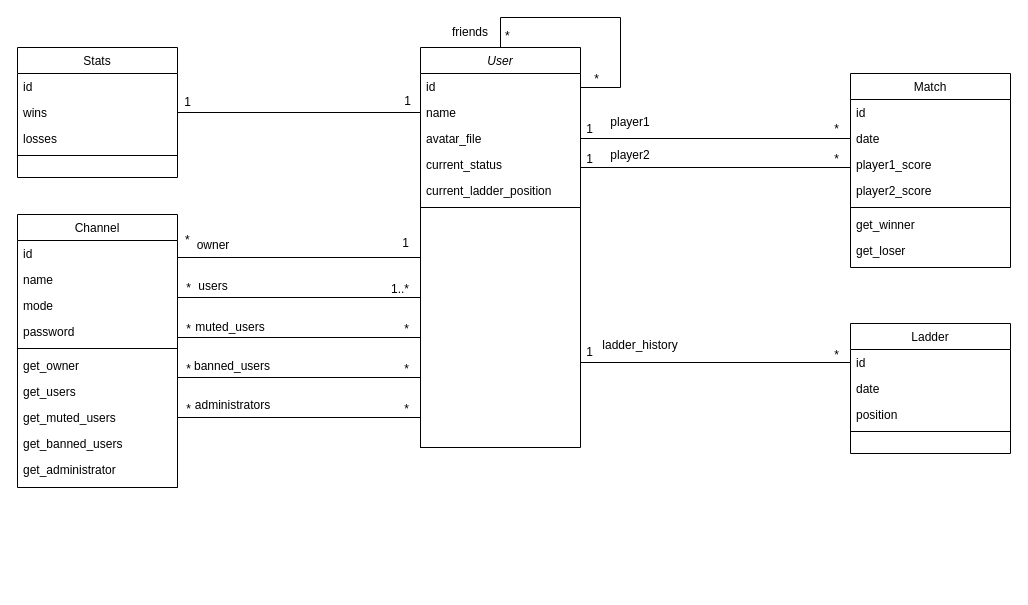
This is doc/datamodel.drawio from transcendence-42/ft_transcendence, a draw.io file, before an edit. Source tidied: cells renumbered, new cells numbered last; positions are measured from the earlier drawing's top-left corner, leaving out a move shared by most shapes. Both pictures are drawn from the tidied source at 100%, with x=0, y=0 at pixel (17, 17).
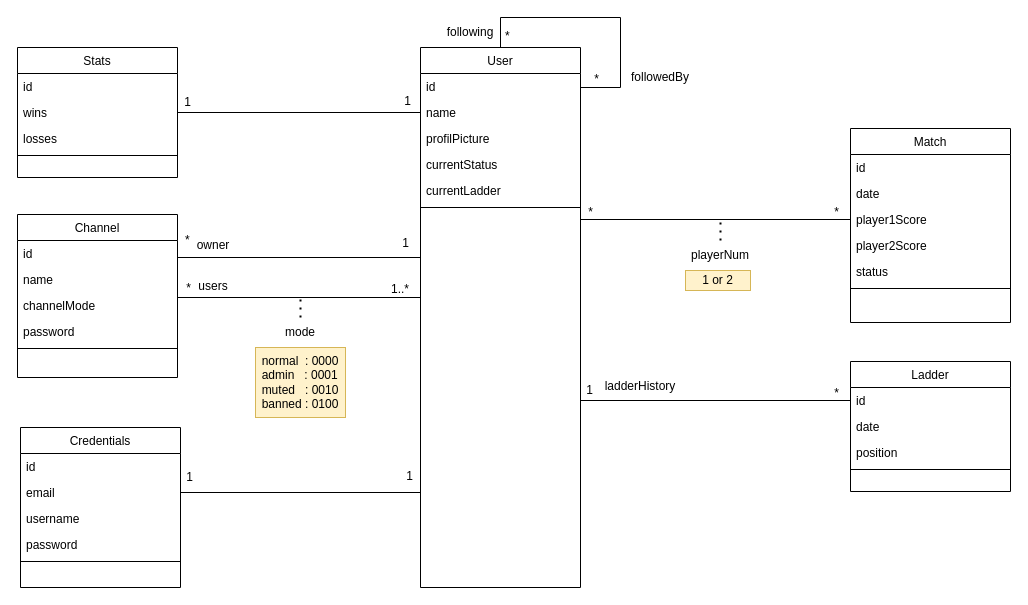
The same diagram, later.

Unchanged cells that the change refers to:
```xml
<mxCell id="4" value="name" style="text;align=left;verticalAlign=top;spacingLeft=4;spacingRight=4;overflow=hidden;points=[[0,0.5],[1,0.5]];portConstraint=eastwest;rounded=0;shadow=0;html=0;" parent="2" vertex="1">
  <mxGeometry y="52" width="160" height="26" as="geometry" />
</mxCell>
<mxCell id="14" value="wins" style="text;align=left;verticalAlign=top;spacingLeft=4;spacingRight=4;overflow=hidden;points=[[0,0.5],[1,0.5]];portConstraint=eastwest;rounded=0;shadow=0;html=0;" parent="12" vertex="1">
  <mxGeometry y="52" width="160" height="26" as="geometry" />
</mxCell>
<mxCell id="19" value="id" style="text;align=left;verticalAlign=top;spacingLeft=4;spacingRight=4;overflow=hidden;points=[[0,0.5],[1,0.5]];portConstraint=eastwest;" parent="18" vertex="1">
  <mxGeometry y="26" width="160" height="26" as="geometry" />
</mxCell>
<mxCell id="50" value="password" style="text;align=left;verticalAlign=top;spacingLeft=4;spacingRight=4;overflow=hidden;points=[[0,0.5],[1,0.5]];portConstraint=eastwest;rounded=0;shadow=0;html=0;" parent="46" vertex="1">
  <mxGeometry y="104" width="160" height="26" as="geometry" />
</mxCell>
```

Change to the diagram source:
```diff
@@
-    <mxCell id="2" value="User" style="swimlane;fontStyle=2;align=center;verticalAlign=top;horizontal=1;startSize=26;rounded=0;shadow=0;strokeWidth=1;" parent="1" vertex="1">
-      <mxGeometry x="403" y="30" width="160" height="400" as="geometry" />
+    <mxCell id="2" value="User" style="swimlane;fontStyle=0;align=center;verticalAlign=top;horizontal=1;startSize=26;rounded=0;shadow=0;strokeWidth=1;" parent="1" vertex="1">
+      <mxGeometry x="403" y="30" width="160" height="540" as="geometry" />
     </mxCell>
@@
-    <mxCell id="5" value="avatar_file" style="text;align=left;verticalAlign=top;spacingLeft=4;spacingRight=4;overflow=hidden;points=[[0,0.5],[1,0.5]];portConstraint=eastwest;rounded=0;shadow=0;html=0;" parent="2" vertex="1">
+    <mxCell id="5" value="profilPicture" style="text;align=left;verticalAlign=top;spacingLeft=4;spacingRight=4;overflow=hidden;points=[[0,0.5],[1,0.5]];portConstraint=eastwest;rounded=0;shadow=0;html=0;" parent="2" vertex="1">
       <mxGeometry y="78" width="160" height="26" as="geometry" />
     </mxCell>
-    <mxCell id="6" value="current_status" style="text;align=left;verticalAlign=top;spacingLeft=4;spacingRight=4;overflow=hidden;rounded=0;shadow=0;html=0;" parent="2" vertex="1">
+    <mxCell id="6" value="currentStatus" style="text;align=left;verticalAlign=top;spacingLeft=4;spacingRight=4;overflow=hidden;rounded=0;shadow=0;html=0;" parent="2" vertex="1">
       <mxGeometry y="104" width="160" height="26" as="geometry" />
     </mxCell>
-    <mxCell id="7" value="current_ladder_position" style="text;align=left;verticalAlign=top;spacingLeft=4;spacingRight=4;overflow=hidden;points=[[0,0.5],[1,0.5]];portConstraint=eastwest;rounded=0;shadow=0;html=0;" parent="2" vertex="1">
+    <mxCell id="7" value="currentLadder" style="text;align=left;verticalAlign=top;spacingLeft=4;spacingRight=4;overflow=hidden;points=[[0,0.5],[1,0.5]];portConstraint=eastwest;rounded=0;shadow=0;html=0;" parent="2" vertex="1">
       <mxGeometry y="130" width="160" height="26" as="geometry" />
     </mxCell>
-    <mxCell id="8" style="line;html=1;strokeWidth=1;align=left;verticalAlign=middle;spacingTop=-1;spacingLeft=3;spacingRight=3;labelPosition=right;" parent="2" vertex="1">
-      <mxGeometry y="156" width="160" height="8" as="geometry" />
-    </mxCell>
@@
+    <mxCell id="8" style="line;html=1;strokeWidth=1;align=left;verticalAlign=middle;spacingTop=-1;spacingLeft=3;spacingRight=3;labelPosition=right;" parent="2" vertex="1">
+      <mxGeometry y="156" width="160" height="8" as="geometry" />
+    </mxCell>
@@
-    <mxCell id="17" value="friends" style="text;html=1;strokeColor=none;fillColor=none;align=center;verticalAlign=middle;whiteSpace=wrap;rounded=0;" parent="1" vertex="1">
+    <mxCell id="17" value="following" style="text;html=1;strokeColor=none;fillColor=none;align=center;verticalAlign=middle;whiteSpace=wrap;rounded=0;" parent="1" vertex="1">
       <mxGeometry x="423" width="60" height="30" as="geometry" />
     </mxCell>
     <mxCell id="18" value="Ladder" style="swimlane;fontStyle=0;align=center;verticalAlign=top;horizontal=1;startSize=26;rounded=0;shadow=0;strokeWidth=1;" parent="1" vertex="1">
-      <mxGeometry x="833" y="306" width="160" height="130" as="geometry" />
+      <mxGeometry x="833" y="344" width="160" height="130" as="geometry" />
     </mxCell>
@@
-    <mxCell id="23" value="Match" style="swimlane;fontStyle=0;align=center;verticalAlign=top;horizontal=1;startSize=26;rounded=0;shadow=0;strokeWidth=1;" parent="1" vertex="1">
-      <mxGeometry x="833" y="56" width="160" height="194" as="geometry" />
-    </mxCell>
-    <mxCell id="24" value="id" style="text;align=left;verticalAlign=top;spacingLeft=4;spacingRight=4;overflow=hidden;" parent="23" vertex="1">
-      <mxGeometry y="26" width="160" height="26" as="geometry" />
-    </mxCell>
-    <mxCell id="25" value="date" style="text;align=left;verticalAlign=top;spacingLeft=4;spacingRight=4;overflow=hidden;points=[[0,0.5],[1,0.5]];portConstraint=eastwest;" parent="23" vertex="1">
-      <mxGeometry y="52" width="160" height="26" as="geometry" />
-    </mxCell>
-    <mxCell id="26" value="player1_score" style="text;align=left;verticalAlign=top;spacingLeft=4;spacingRight=4;overflow=hidden;rounded=0;shadow=0;html=0;" parent="23" vertex="1">
-      <mxGeometry y="78" width="160" height="26" as="geometry" />
-    </mxCell>
-    <mxCell id="27" value="player2_score" style="text;align=left;verticalAlign=top;spacingLeft=4;spacingRight=4;overflow=hidden;rounded=0;shadow=0;html=0;" parent="23" vertex="1">
-      <mxGeometry y="104" width="160" height="26" as="geometry" />
-    </mxCell>
-    <mxCell id="28" style="line;html=1;strokeWidth=1;align=left;verticalAlign=middle;spacingTop=-1;spacingLeft=3;spacingRight=3;labelPosition=right;" parent="23" vertex="1">
-      <mxGeometry y="130" width="160" height="8" as="geometry" />
-    </mxCell>
-    <mxCell id="29" value="get_winner" style="text;align=left;verticalAlign=top;spacingLeft=4;spacingRight=4;overflow=hidden;rounded=0;shadow=0;html=0;" parent="23" vertex="1">
-      <mxGeometry y="138" width="160" height="26" as="geometry" />
-    </mxCell>
-    <mxCell id="30" value="get_loser" style="text;align=left;verticalAlign=top;spacingLeft=4;spacingRight=4;overflow=hidden;rounded=0;shadow=0;html=0;" parent="23" vertex="1">
-      <mxGeometry y="164" width="160" height="26" as="geometry" />
-    </mxCell>
-    <mxCell id="31" style="endArrow=none;html=1;rounded=0;exitX=1;exitY=0.5;exitDx=0;exitDy=0;" parent="1" edge="1" source="5" target="25">
-      <mxGeometry relative="1" as="geometry" />
-    </mxCell>
-    <mxCell id="32" style="endArrow=none;html=1;rounded=0;entryX=0;entryY=0.75;entryDx=0;entryDy=0;exitX=1;exitY=0.5;exitDx=0;exitDy=0;edgeStyle=orthogonalEdgeStyle;" parent="1" edge="1" source="7" target="23">
-      <mxGeometry relative="1" as="geometry">
-        <Array as="points">
-          <mxPoint x="563" y="150" />
-          <mxPoint x="833" y="150" />
-        </Array>
-      </mxGeometry>
-    </mxCell>
-    <mxCell id="33" value="player1" style="text;html=1;strokeColor=none;fillColor=none;align=center;verticalAlign=middle;whiteSpace=wrap;rounded=0;" parent="1" vertex="1">
-      <mxGeometry x="583" y="90" width="60" height="30" as="geometry" />
-    </mxCell>
-    <mxCell id="34" value="player2" style="text;html=1;strokeColor=none;fillColor=none;align=center;verticalAlign=middle;whiteSpace=wrap;rounded=0;" parent="1" vertex="1">
-      <mxGeometry x="583" y="123" width="60" height="30" as="geometry" />
-    </mxCell>
-    <mxCell id="35" value="*" style="align=right;verticalAlign=bottom;labelBackgroundColor=none;fontSize=12;" parent="1" vertex="1">
-      <mxGeometry x="823" y="120" as="geometry" />
-    </mxCell>
-    <mxCell id="36" value="*" style="align=right;verticalAlign=bottom;labelBackgroundColor=none;fontSize=12;" parent="1" vertex="1">
-      <mxGeometry x="823" y="150" as="geometry" />
-    </mxCell>
-    <mxCell id="37" value="1" style="align=right;verticalAlign=bottom;labelBackgroundColor=none;fontSize=12;" parent="1" vertex="1">
-      <mxGeometry x="577" y="120" as="geometry" />
-    </mxCell>
-    <mxCell id="38" value="1" style="align=right;verticalAlign=bottom;labelBackgroundColor=none;fontSize=12;" parent="1" vertex="1">
-      <mxGeometry x="577" y="150" as="geometry" />
-    </mxCell>
-    <mxCell id="39" style="endArrow=none;html=1;rounded=0;exitX=1;exitY=0.75;exitDx=0;exitDy=0;entryX=0;entryY=0.5;entryDx=0;entryDy=0;edgeStyle=orthogonalEdgeStyle;" parent="1" edge="1" target="19">
+    <mxCell id="39" style="endArrow=none;html=1;rounded=0;entryX=0;entryY=0.5;entryDx=0;entryDy=0;edgeStyle=orthogonalEdgeStyle;exitX=1;exitY=0.5;exitDx=0;exitDy=0;" parent="1" edge="1" source="2" target="19">
       <mxGeometry relative="1" as="geometry">
-        <mxPoint x="563" y="396" as="sourcePoint" />
         <Array as="points">
-          <mxPoint x="563" y="345" />
+          <mxPoint x="563" y="383" />
         </Array>
       </mxGeometry>
     </mxCell>
     <mxCell id="40" value="*" style="align=right;verticalAlign=bottom;labelBackgroundColor=none;fontSize=12;" parent="1" vertex="1">
-      <mxGeometry x="823" y="346" as="geometry" />
+      <mxGeometry x="823" y="384" as="geometry" />
     </mxCell>
     <mxCell id="41" value="1" style="align=right;verticalAlign=bottom;labelBackgroundColor=none;fontSize=12;" parent="1" vertex="1">
-      <mxGeometry x="577" y="343" as="geometry" />
+      <mxGeometry x="577" y="381" as="geometry" />
     </mxCell>
-    <mxCell id="42" value="ladder_history" style="text;html=1;strokeColor=none;fillColor=none;align=center;verticalAlign=middle;whiteSpace=wrap;rounded=0;" parent="1" vertex="1">
-      <mxGeometry x="593" y="313" width="60" height="30" as="geometry" />
+    <mxCell id="42" value="ladderHistory" style="text;html=1;strokeColor=none;fillColor=none;align=center;verticalAlign=middle;whiteSpace=wrap;rounded=0;" parent="1" vertex="1">
+      <mxGeometry x="583" y="354" width="80" height="30" as="geometry" />
     </mxCell>
-    <mxCell id="43" style="endArrow=none;html=1;rounded=0;exitX=1;exitY=0.5;exitDx=0;exitDy=0;entryX=0;entryY=0.5;entryDx=0;entryDy=0;edgeStyle=orthogonalEdgeStyle;" parent="1" edge="1" source="14" target="4">
+    <mxCell id="43" style="endArrow=none;html=1;rounded=0;exitX=1;exitY=0.5;exitDx=0;exitDy=0;entryX=0;entryY=0.5;entryDx=0;entryDy=0;edgeStyle=orthogonalEdgeStyle;fillColor=#FF9999;" parent="1" edge="1" source="14" target="4">
       <mxGeometry relative="1" as="geometry" />
     </mxCell>
@@
     <mxCell id="46" value="Channel" style="swimlane;fontStyle=0;align=center;verticalAlign=top;horizontal=1;startSize=26;rounded=0;shadow=0;strokeWidth=1;" parent="1" vertex="1">
-      <mxGeometry y="197" width="160" height="273" as="geometry" />
+      <mxGeometry y="197" width="160" height="163" as="geometry" />
     </mxCell>
@@
-    <mxCell id="49" value="mode" style="text;align=left;verticalAlign=top;spacingLeft=4;spacingRight=4;overflow=hidden;rounded=0;shadow=0;html=0;" parent="46" vertex="1">
+    <mxCell id="49" value="channelMode" style="text;align=left;verticalAlign=top;spacingLeft=4;spacingRight=4;overflow=hidden;rounded=0;shadow=0;html=0;" parent="46" vertex="1">
       <mxGeometry y="78" width="160" height="26" as="geometry" />
     </mxCell>
@@
-    <mxCell id="52" value="get_owner" style="text;align=left;verticalAlign=top;spacingLeft=4;spacingRight=4;overflow=hidden;rounded=0;shadow=0;html=0;" parent="46" vertex="1">
-      <mxGeometry y="138" width="160" height="26" as="geometry" />
-    </mxCell>
-    <mxCell id="53" value="get_users" style="text;align=left;verticalAlign=top;spacingLeft=4;spacingRight=4;overflow=hidden;rounded=0;shadow=0;html=0;" parent="46" vertex="1">
-      <mxGeometry y="164" width="160" height="26" as="geometry" />
-    </mxCell>
-    <mxCell id="54" value="get_muted_users" style="text;align=left;verticalAlign=top;spacingLeft=4;spacingRight=4;overflow=hidden;rounded=0;shadow=0;html=0;" parent="46" vertex="1">
-      <mxGeometry y="190" width="160" height="26" as="geometry" />
-    </mxCell>
-    <mxCell id="55" value="get_banned_users" style="text;align=left;verticalAlign=top;spacingLeft=4;spacingRight=4;overflow=hidden;rounded=0;shadow=0;html=0;" parent="46" vertex="1">
-      <mxGeometry y="216" width="160" height="26" as="geometry" />
-    </mxCell>
-    <mxCell id="56" value="get_administrator" style="text;align=left;verticalAlign=top;spacingLeft=4;spacingRight=4;overflow=hidden;rounded=0;shadow=0;html=0;" parent="46" vertex="1">
-      <mxGeometry y="242" width="160" height="26" as="geometry" />
-    </mxCell>
@@
-    <mxCell id="65" style="endArrow=none;html=1;rounded=0;exitX=1;exitY=0.5;exitDx=0;exitDy=0;edgeStyle=orthogonalEdgeStyle;entryX=0;entryY=1;entryDx=0;entryDy=0;" parent="1" edge="1" source="50" target="2">
-      <mxGeometry relative="1" as="geometry">
-        <Array as="points">
-          <mxPoint x="160" y="320" />
-          <mxPoint x="403" y="320" />
-        </Array>
-      </mxGeometry>
-    </mxCell>
-    <mxCell id="66" value="muted_users" style="text;html=1;strokeColor=none;fillColor=none;align=center;verticalAlign=middle;whiteSpace=wrap;rounded=0;" parent="1" vertex="1">
-      <mxGeometry x="183" y="295" width="60" height="30" as="geometry" />
-    </mxCell>
-    <mxCell id="67" value="*" style="align=right;verticalAlign=bottom;labelBackgroundColor=none;fontSize=12;" parent="1" vertex="1">
-      <mxGeometry x="393" y="320" as="geometry" />
-    </mxCell>
-    <mxCell id="68" value="*" style="align=right;verticalAlign=bottom;labelBackgroundColor=none;fontSize=12;" parent="1" vertex="1">
-      <mxGeometry x="175" y="320" as="geometry" />
-    </mxCell>
-    <mxCell id="69" style="endArrow=none;html=1;rounded=0;exitX=1;exitY=0.75;exitDx=0;exitDy=0;entryX=0;entryY=1;entryDx=0;entryDy=0;edgeStyle=orthogonalEdgeStyle;" parent="1" edge="1" source="46" target="2">
-      <mxGeometry relative="1" as="geometry">
-        <Array as="points">
-          <mxPoint x="160" y="360" />
-          <mxPoint x="403" y="360" />
-        </Array>
-      </mxGeometry>
-    </mxCell>
-    <mxCell id="70" value="banned_users" style="text;html=1;strokeColor=none;fillColor=none;align=center;verticalAlign=middle;whiteSpace=wrap;rounded=0;" parent="1" vertex="1">
-      <mxGeometry x="175" y="334" width="80" height="30" as="geometry" />
-    </mxCell>
-    <mxCell id="71" value="*" style="align=right;verticalAlign=bottom;labelBackgroundColor=none;fontSize=12;" parent="1" vertex="1">
-      <mxGeometry x="393" y="360" as="geometry" />
-    </mxCell>
-    <mxCell id="72" value="*" style="align=right;verticalAlign=bottom;labelBackgroundColor=none;fontSize=12;" parent="1" vertex="1">
-      <mxGeometry x="175" y="360" as="geometry" />
-    </mxCell>
-    <mxCell id="73" style="endArrow=none;html=1;rounded=0;exitX=1;exitY=1;exitDx=0;exitDy=0;entryX=0;entryY=1;entryDx=0;entryDy=0;edgeStyle=orthogonalEdgeStyle;" parent="1" edge="1" source="46" target="2">
-      <mxGeometry relative="1" as="geometry">
-        <Array as="points">
-          <mxPoint x="160" y="400" />
-          <mxPoint x="403" y="400" />
-        </Array>
-      </mxGeometry>
-    </mxCell>
-    <mxCell id="74" value="administrators" style="text;html=1;strokeColor=none;fillColor=none;align=center;verticalAlign=middle;whiteSpace=wrap;rounded=0;" parent="1" vertex="1">
-      <mxGeometry x="175" y="370" width="81" height="36" as="geometry" />
-    </mxCell>
-    <mxCell id="75" value="*" style="align=right;verticalAlign=bottom;labelBackgroundColor=none;fontSize=12;" parent="1" vertex="1">
-      <mxGeometry x="393" y="400" as="geometry" />
-    </mxCell>
-    <mxCell id="76" value="*" style="align=right;verticalAlign=bottom;labelBackgroundColor=none;fontSize=12;" parent="1" vertex="1">
-      <mxGeometry x="175" y="400" as="geometry" />
-    </mxCell>
+    <mxCell id="77" style="endArrow=none;dashed=1;html=1;dashPattern=1 3;strokeWidth=2;rounded=0;fillColor=#FF9999;" parent="1" edge="1">
+      <mxGeometry relative="1" as="geometry">
+        <mxPoint x="283" y="300" as="sourcePoint" />
+        <mxPoint x="283" y="280" as="targetPoint" />
+      </mxGeometry>
+    </mxCell>
+    <mxCell id="78" value="mode" style="text;html=1;strokeColor=none;fillColor=none;align=center;verticalAlign=middle;whiteSpace=wrap;rounded=0;" parent="1" vertex="1">
+      <mxGeometry x="253" y="300" width="60" height="30" as="geometry" />
+    </mxCell>
+    <mxCell id="79" value="&lt;div style=&quot;text-align: left;&quot;&gt;&lt;span style=&quot;background-color: initial;&quot;&gt;normal&amp;nbsp; : 0000&lt;/span&gt;&lt;/div&gt;&lt;div style=&quot;text-align: left;&quot;&gt;&lt;span style=&quot;background-color: initial;&quot;&gt;admin&amp;nbsp; &amp;nbsp;: 0001&lt;/span&gt;&lt;/div&gt;&lt;div style=&quot;text-align: left;&quot;&gt;&lt;span style=&quot;background-color: initial;&quot;&gt;muted&amp;nbsp; &amp;nbsp;: 0010&lt;/span&gt;&lt;/div&gt;&lt;div style=&quot;text-align: left;&quot;&gt;&lt;span style=&quot;background-color: initial;&quot;&gt;banned : 0100&lt;/span&gt;&lt;/div&gt;" style="text;html=1;strokeColor=#d6b656;fillColor=#fff2cc;align=center;verticalAlign=middle;whiteSpace=wrap;rounded=0;" parent="1" vertex="1">
+      <mxGeometry x="238" y="330" width="90" height="70" as="geometry" />
+    </mxCell>
+    <mxCell id="80" value="followedBy" style="text;html=1;strokeColor=none;fillColor=none;align=center;verticalAlign=middle;whiteSpace=wrap;rounded=0;" parent="1" vertex="1">
+      <mxGeometry x="613" y="45" width="60" height="30" as="geometry" />
+    </mxCell>
+    <mxCell id="81" value="Credentials" style="swimlane;fontStyle=0;align=center;verticalAlign=top;horizontal=1;startSize=26;rounded=0;shadow=0;strokeWidth=1;" parent="1" vertex="1">
+      <mxGeometry x="3" y="410" width="160" height="160" as="geometry" />
+    </mxCell>
+    <mxCell id="82" value="id" style="text;align=left;verticalAlign=top;spacingLeft=4;spacingRight=4;overflow=hidden;" parent="81" vertex="1">
+      <mxGeometry y="26" width="160" height="26" as="geometry" />
+    </mxCell>
+    <mxCell id="83" value="email" style="text;align=left;verticalAlign=top;spacingLeft=4;spacingRight=4;overflow=hidden;points=[[0,0.5],[1,0.5]];portConstraint=eastwest;rounded=0;shadow=0;html=0;" parent="81" vertex="1">
+      <mxGeometry y="52" width="160" height="26" as="geometry" />
+    </mxCell>
+    <mxCell id="84" value="username" style="text;align=left;verticalAlign=top;spacingLeft=4;spacingRight=4;overflow=hidden;rounded=0;shadow=0;html=0;" parent="81" vertex="1">
+      <mxGeometry y="78" width="160" height="26" as="geometry" />
+    </mxCell>
+    <mxCell id="85" value="password" style="text;align=left;verticalAlign=top;spacingLeft=4;spacingRight=4;overflow=hidden;rounded=0;shadow=0;html=0;" parent="81" vertex="1">
+      <mxGeometry y="104" width="160" height="26" as="geometry" />
+    </mxCell>
+    <mxCell id="28" style="line;html=1;strokeWidth=1;align=left;verticalAlign=middle;spacingTop=-1;spacingLeft=3;spacingRight=3;labelPosition=right;" parent="81" vertex="1">
+      <mxGeometry y="130" width="160" height="8" as="geometry" />
+    </mxCell>
+    <mxCell id="86" style="endArrow=none;html=1;rounded=0;strokeColor=#000000;fillColor=#FF9999;exitX=1;exitY=0.5;exitDx=0;exitDy=0;entryX=0;entryY=0.75;entryDx=0;entryDy=0;edgeStyle=orthogonalEdgeStyle;" parent="1" edge="1" source="83" target="2">
+      <mxGeometry relative="1" as="geometry">
+        <Array as="points">
+          <mxPoint x="403" y="475" />
+        </Array>
+      </mxGeometry>
+    </mxCell>
+    <mxCell id="87" value="1" style="align=right;verticalAlign=bottom;labelBackgroundColor=none;fontSize=12;" parent="1" vertex="1">
+      <mxGeometry x="177" y="468" as="geometry" />
+    </mxCell>
+    <mxCell id="88" value="1" style="align=right;verticalAlign=bottom;labelBackgroundColor=none;fontSize=12;" parent="1" vertex="1">
+      <mxGeometry x="403" y="450" as="geometry">
+        <mxPoint x="-6" y="17" as="offset" />
+      </mxGeometry>
+    </mxCell>
+    <mxCell id="23" value="Match" style="swimlane;fontStyle=0;align=center;verticalAlign=top;horizontal=1;startSize=26;rounded=0;shadow=0;strokeWidth=1;" parent="1" vertex="1">
+      <mxGeometry x="833" y="111" width="160" height="194" as="geometry" />
+    </mxCell>
+    <mxCell id="89" value="id" style="text;align=left;verticalAlign=top;spacingLeft=4;spacingRight=4;overflow=hidden;" parent="23" vertex="1">
+      <mxGeometry y="26" width="160" height="26" as="geometry" />
+    </mxCell>
+    <mxCell id="25" value="date" style="text;align=left;verticalAlign=top;spacingLeft=4;spacingRight=4;overflow=hidden;points=[[0,0.5],[1,0.5]];portConstraint=eastwest;" parent="23" vertex="1">
+      <mxGeometry y="52" width="160" height="26" as="geometry" />
+    </mxCell>
+    <mxCell id="90" value="player1Score" style="text;align=left;verticalAlign=top;spacingLeft=4;spacingRight=4;overflow=hidden;points=[[0,0.5],[1,0.5]];portConstraint=eastwest;rounded=0;shadow=0;html=0;" parent="23" vertex="1">
+      <mxGeometry y="78" width="160" height="26" as="geometry" />
+    </mxCell>
+    <mxCell id="91" value="player2Score" style="text;align=left;verticalAlign=top;spacingLeft=4;spacingRight=4;overflow=hidden;rounded=0;shadow=0;html=0;" parent="23" vertex="1">
+      <mxGeometry y="104" width="160" height="26" as="geometry" />
+    </mxCell>
+    <mxCell id="92" value="status" style="text;align=left;verticalAlign=top;spacingLeft=4;spacingRight=4;overflow=hidden;" parent="23" vertex="1">
+      <mxGeometry y="130" width="160" height="26" as="geometry" />
+    </mxCell>
+    <mxCell id="93" style="line;html=1;strokeWidth=1;align=left;verticalAlign=middle;spacingTop=-1;spacingLeft=3;spacingRight=3;labelPosition=right;" parent="23" vertex="1">
+      <mxGeometry y="156" width="160" height="8" as="geometry" />
+    </mxCell>
+    <mxCell id="94" style="endArrow=none;html=1;rounded=0;strokeColor=#000000;fillColor=#FF9999;entryX=0;entryY=0.5;entryDx=0;entryDy=0;edgeStyle=orthogonalEdgeStyle;exitX=1;exitY=0.5;exitDx=0;exitDy=0;" parent="1" edge="1" source="2" target="90">
+      <mxGeometry relative="1" as="geometry">
+        <Array as="points">
+          <mxPoint x="563" y="202" />
+        </Array>
+      </mxGeometry>
+    </mxCell>
+    <mxCell id="95" value="*" style="align=right;verticalAlign=bottom;labelBackgroundColor=none;fontSize=12;" parent="1" vertex="1">
+      <mxGeometry x="823" y="203" as="geometry" />
+    </mxCell>
+    <mxCell id="96" value="*" style="align=right;verticalAlign=bottom;labelBackgroundColor=none;fontSize=12;" parent="1" vertex="1">
+      <mxGeometry x="577" y="203" as="geometry" />
+    </mxCell>
+    <mxCell id="97" style="endArrow=none;dashed=1;html=1;dashPattern=1 3;strokeWidth=2;rounded=0;fillColor=#FF9999;" parent="1" edge="1">
+      <mxGeometry relative="1" as="geometry">
+        <mxPoint x="703" y="223" as="sourcePoint" />
+        <mxPoint x="703" y="203" as="targetPoint" />
+      </mxGeometry>
+    </mxCell>
+    <mxCell id="98" value="playerNum" style="text;html=1;strokeColor=none;fillColor=none;align=center;verticalAlign=middle;whiteSpace=wrap;rounded=0;" parent="1" vertex="1">
+      <mxGeometry x="673" y="223" width="60" height="30" as="geometry" />
+    </mxCell>
+    <mxCell id="99" value="&lt;div style=&quot;text-align: left;&quot;&gt;&lt;span style=&quot;background-color: initial;&quot;&gt;1 or 2&lt;br&gt;&lt;/span&gt;&lt;/div&gt;" style="text;html=1;strokeColor=#d6b656;fillColor=#fff2cc;align=center;verticalAlign=middle;whiteSpace=wrap;rounded=0;" parent="1" vertex="1">
+      <mxGeometry x="668" y="253" width="65" height="20" as="geometry" />
+    </mxCell>
```
